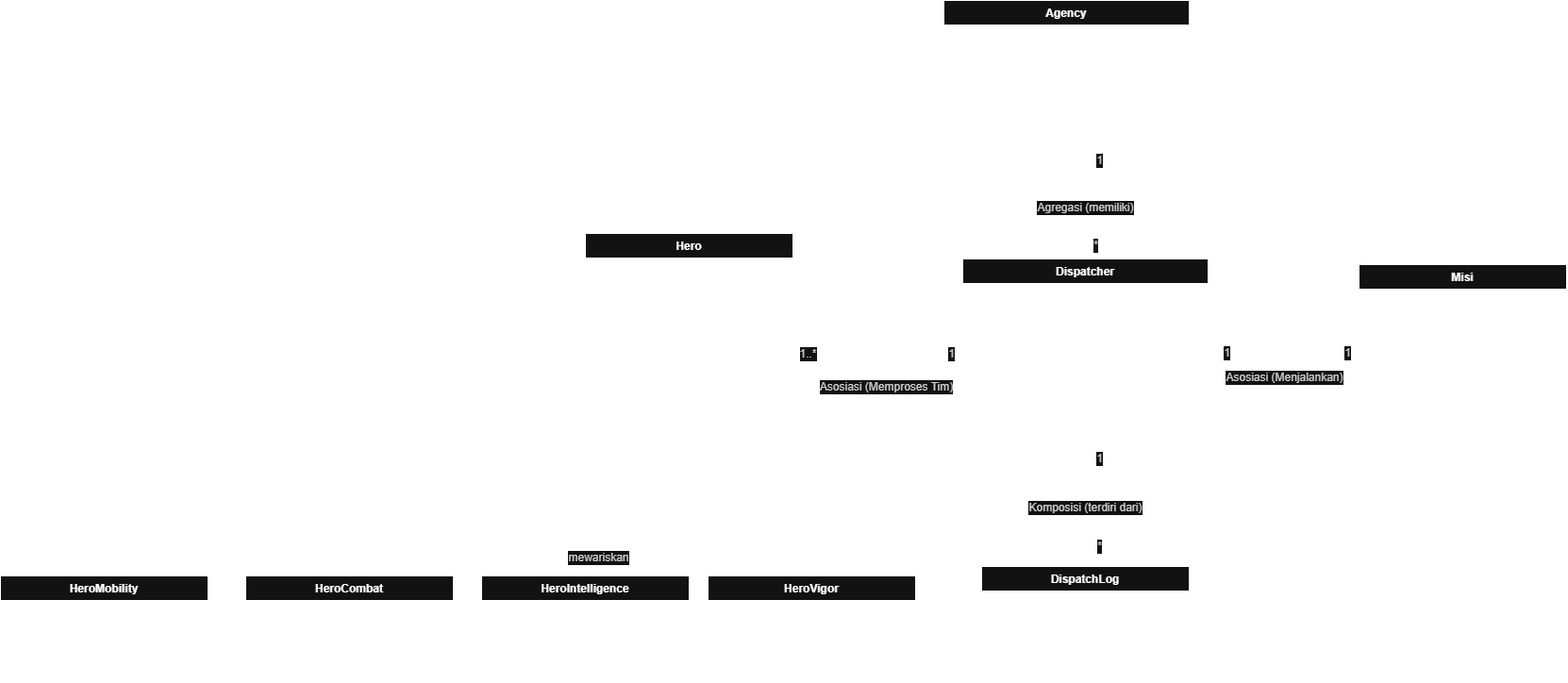
Before: Posttest/Posttest3/Images/UML.drawio.png, a diagram exported from draw.io (AryasatyaITX/Praktikum-PBO). Source tidied: cells renumbered, new cells last; positions are measured from the earlier drawing's top-left corner, leaving out a move shared by most shapes.
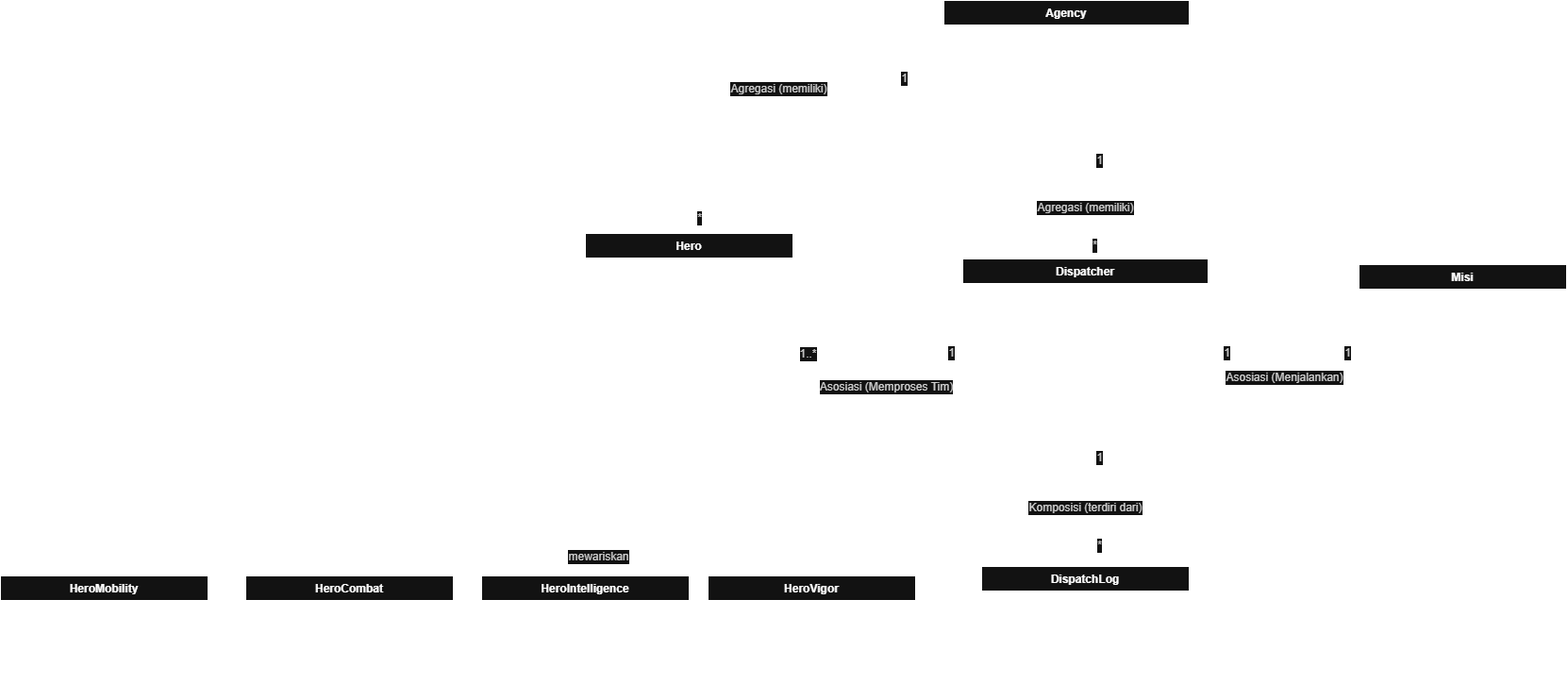
The same file after the commit.

Commit message:
Perbaikan uml

Diff of the diagram source:
```diff
@@ -204,5 +204,18 @@
         </Array>
       </mxGeometry>
     </mxCell>
+    <mxCell id="55" value="Agregasi (memiliki)" style="edgeStyle=orthogonalEdgeStyle;rounded=0;html=1;startArrow=diamondThin;startFill=0;startSize=16;endArrow=none;entryX=0.5;entryY=0;entryDx=0;entryDy=0;fontSize=12;fontColor=#222222;labelBackgroundColor=#FFFFFF;" parent="1" edge="1" source="8" target="2">
+      <mxGeometry x="-0.17" relative="1" as="geometry" />
+    </mxCell>
+    <mxCell id="56" value="1" style="edgeLabel;html=1;align=center;verticalAlign=middle;fontSize=12;fontColor=#222222;" parent="55" vertex="1">
+      <mxGeometry x="-0.8" relative="1" as="geometry">
+        <mxPoint y="-12" as="offset" />
+      </mxGeometry>
+    </mxCell>
+    <mxCell id="57" value="*" style="edgeLabel;html=1;align=center;verticalAlign=middle;fontSize=12;fontColor=#222222;" parent="55" vertex="1">
+      <mxGeometry x="0.47" relative="1" as="geometry">
+        <mxPoint x="10" y="96" as="offset" />
+      </mxGeometry>
+    </mxCell>
   </root>
 </mxGraphModel>
```
